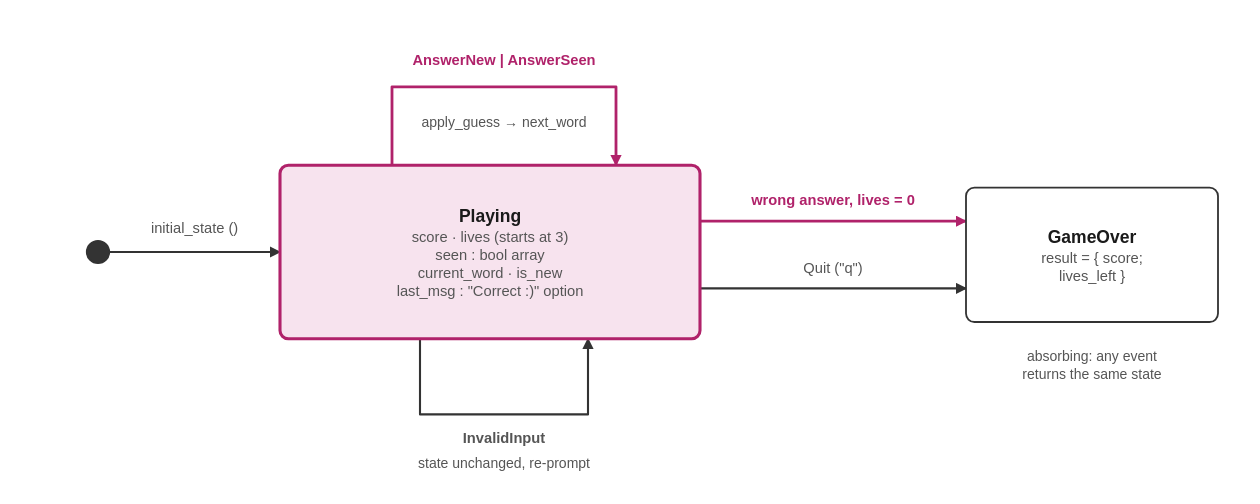
mcorgi/mcorgi.github.io keeps this draw.io diagram as public/diagrams/camel-verbal-state-machine.drawio.svg. Above is the earlier version. Source tidied: cells renumbered, new cells last; positions are measured from the earlier drawing's top-left corner, leaving out a move shared by most shapes. Source of this version:
```xml
<mxGraphModel background="#ffffff">
  <root>
    <mxCell id="0" />
    <mxCell id="1" parent="0" />
    <mxCell id="2" style="html=1;rounded=0;strokeColor=#333333;strokeWidth=1.5;endArrow=block;endFill=1;startArrow=none;startFill=1;exitX=1.0;exitY=0.5;exitDx=0;exitDy=0;exitPerimeter=0;entryX=0.0;entryY=0.5;entryDx=0;entryDy=0;entryPerimeter=0;" parent="1" edge="1" source="7" target="8">
      <mxGeometry relative="1" as="geometry" />
    </mxCell>
    <mxCell id="3" style="html=1;rounded=0;strokeColor=#b0226a;strokeWidth=2.0;endArrow=block;endFill=1;startArrow=none;startFill=1;exitX=0.2667;exitY=0.0;exitDx=0;exitDy=0;exitPerimeter=0;entryX=0.8;entryY=0.0;entryDx=0;entryDy=0;entryPerimeter=0;" parent="1" edge="1" source="8" target="8">
      <mxGeometry relative="1" as="geometry">
        <Array as="points">
          <mxPoint x="218" y="27" />
          <mxPoint x="378" y="27" />
        </Array>
      </mxGeometry>
    </mxCell>
    <mxCell id="4" style="html=1;rounded=0;strokeColor=#333333;strokeWidth=1.5;endArrow=block;endFill=1;startArrow=none;startFill=1;exitX=0.3333;exitY=1.0;exitDx=0;exitDy=0;exitPerimeter=0;entryX=0.7333;entryY=1.0;entryDx=0;entryDy=0;entryPerimeter=0;" parent="1" edge="1" source="8" target="8">
      <mxGeometry relative="1" as="geometry">
        <Array as="points">
          <mxPoint x="238" y="261" />
          <mxPoint x="358" y="261" />
        </Array>
      </mxGeometry>
    </mxCell>
    <mxCell id="5" style="html=1;rounded=0;strokeColor=#b0226a;strokeWidth=2.0;endArrow=block;endFill=1;startArrow=none;startFill=1;exitX=1.0;exitY=0.3226;exitDx=0;exitDy=0;exitPerimeter=0;entryX=0.0;entryY=0.25;entryDx=0;entryDy=0;entryPerimeter=0;" parent="1" edge="1" source="8" target="9">
      <mxGeometry relative="1" as="geometry" />
    </mxCell>
    <mxCell id="6" style="html=1;rounded=0;strokeColor=#333333;strokeWidth=1.5;endArrow=block;endFill=1;startArrow=none;startFill=1;exitX=1.0;exitY=0.7097;exitDx=0;exitDy=0;exitPerimeter=0;entryX=0.0;entryY=0.75;entryDx=0;entryDy=0;entryPerimeter=0;" parent="1" edge="1" source="8" target="9">
      <mxGeometry relative="1" as="geometry" />
    </mxCell>
    <mxCell id="7" style="ellipse;whiteSpace=wrap;html=1;fontSize=12.5;fontColor=#1a1a1a;rounded=1;arcSize=10;fillColor=#333333;strokeColor=#333333;strokeWidth=1.3;" parent="1" vertex="1">
      <mxGeometry y="137" width="16" height="16" as="geometry" />
    </mxCell>
    <mxCell id="8" value="&lt;b&gt;Playing&lt;/b&gt;&lt;br&gt;&lt;font style=&quot;font-size:10px&quot; color=&quot;#555555&quot;&gt;score · lives (starts at 3)&lt;br&gt;seen : bool array&lt;br&gt;current_word · is_new&lt;br&gt;last_msg : &amp;quot;Correct :)&amp;quot; option&lt;/font&gt;" style="whiteSpace=wrap;html=1;fontSize=12.5;fontColor=#1a1a1a;rounded=1;arcSize=10;fillColor=#f7e3ee;strokeColor=#b0226a;strokeWidth=2.2;" parent="1" vertex="1">
      <mxGeometry x="138" y="83" width="300" height="124" as="geometry" />
    </mxCell>
    <mxCell id="9" value="&lt;b&gt;GameOver&lt;/b&gt;&lt;br&gt;&lt;font style=&quot;font-size:10px&quot; color=&quot;#555555&quot;&gt;result = { score;&lt;br&gt;lives_left }&lt;/font&gt;" style="whiteSpace=wrap;html=1;fontSize=12.5;fontColor=#1a1a1a;rounded=1;arcSize=10;fillColor=#ffffff;strokeColor=#333333;strokeWidth=1.3;" parent="1" vertex="1">
      <mxGeometry x="628" y="99" width="180" height="96" as="geometry" />
    </mxCell>
    <mxCell id="10" value="initial_state ()" style="text;html=1;align=center;verticalAlign=middle;fontSize=10.5;fontColor=#555555;labelBackgroundColor=#ffffff;spacing=0;" parent="1" vertex="1">
      <mxGeometry x="26" y="120.2" width="102.1" height="17.5" as="geometry" />
    </mxCell>
    <mxCell id="11" value="&lt;b&gt;AnswerNew | AnswerSeen&lt;/b&gt;" style="text;html=1;align=center;verticalAlign=middle;fontSize=10.5;fontColor=#b0226a;spacing=0;" parent="1" vertex="1">
      <mxGeometry x="229.3" y="0.2" width="137.4" height="17.5" as="geometry" />
    </mxCell>
    <mxCell id="12" value="apply_guess → next_word" style="text;html=1;align=center;verticalAlign=middle;fontSize=10;fontColor=#555555;spacing=0;" parent="1" vertex="1">
      <mxGeometry x="229.6" y="44.5" width="136.8" height="17" as="geometry" />
    </mxCell>
    <mxCell id="13" value="&lt;b&gt;InvalidInput&lt;/b&gt;" style="text;html=1;align=center;verticalAlign=middle;fontSize=10.5;fontColor=#555555;spacing=0;" parent="1" vertex="1">
      <mxGeometry x="258.7" y="270.2" width="78.6" height="17.5" as="geometry" />
    </mxCell>
    <mxCell id="14" value="state unchanged, re-prompt" style="text;html=1;align=center;verticalAlign=middle;fontSize=10;fontColor=#555555;spacing=0;" parent="1" vertex="1">
      <mxGeometry x="221.2" y="288.5" width="153.6" height="17" as="geometry" />
    </mxCell>
    <mxCell id="15" value="&lt;b&gt;wrong answer, lives = 0&lt;/b&gt;" style="text;html=1;align=center;verticalAlign=middle;fontSize=10.5;fontColor=#b0226a;spacing=0;" parent="1" vertex="1">
      <mxGeometry x="461.4" y="100.2" width="143.2" height="17.5" as="geometry" />
    </mxCell>
    <mxCell id="16" value="Quit (&amp;quot;q&amp;quot;)" style="text;html=1;align=center;verticalAlign=middle;fontSize=10.5;fontColor=#555555;spacing=0;" parent="1" vertex="1">
      <mxGeometry x="499.6" y="148.2" width="66.8" height="17.5" as="geometry" />
    </mxCell>
    <mxCell id="17" value="absorbing: any event&lt;br&gt;returns the same state" style="text;html=1;align=center;verticalAlign=middle;fontSize=10;fontColor=#555555;spacing=0;" parent="1" vertex="1">
      <mxGeometry x="652.4" y="212" width="131.2" height="30" as="geometry" />
    </mxCell>
  </root>
</mxGraphModel>
```
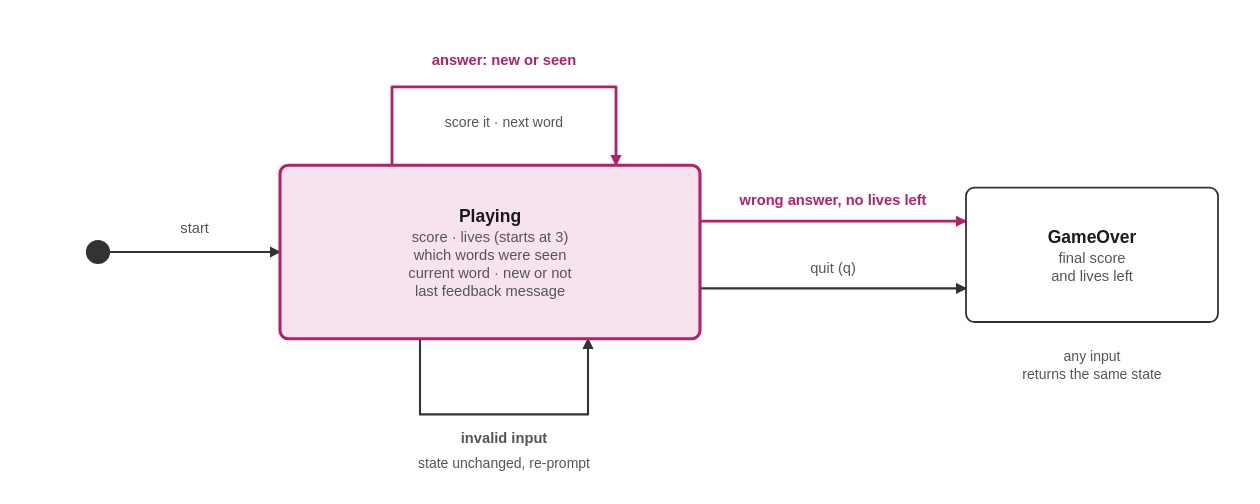
After the commit.

Diff of the diagram source:
```diff
@@ -30,34 +30,34 @@
     <mxCell id="7" style="ellipse;whiteSpace=wrap;html=1;fontSize=12.5;fontColor=#1a1a1a;rounded=1;arcSize=10;fillColor=#333333;strokeColor=#333333;strokeWidth=1.3;" parent="1" vertex="1">
       <mxGeometry y="137" width="16" height="16" as="geometry" />
     </mxCell>
-    <mxCell id="8" value="&lt;b&gt;Playing&lt;/b&gt;&lt;br&gt;&lt;font style=&quot;font-size:10px&quot; color=&quot;#555555&quot;&gt;score · lives (starts at 3)&lt;br&gt;seen : bool array&lt;br&gt;current_word · is_new&lt;br&gt;last_msg : &amp;quot;Correct :)&amp;quot; option&lt;/font&gt;" style="whiteSpace=wrap;html=1;fontSize=12.5;fontColor=#1a1a1a;rounded=1;arcSize=10;fillColor=#f7e3ee;strokeColor=#b0226a;strokeWidth=2.2;" parent="1" vertex="1">
+    <mxCell id="8" value="&lt;b&gt;Playing&lt;/b&gt;&lt;br&gt;&lt;font style=&quot;font-size:10px&quot; color=&quot;#555555&quot;&gt;score · lives (starts at 3)&lt;br&gt;which words were seen&lt;br&gt;current word · new or not&lt;br&gt;last feedback message&lt;/font&gt;" style="whiteSpace=wrap;html=1;fontSize=12.5;fontColor=#1a1a1a;rounded=1;arcSize=10;fillColor=#f7e3ee;strokeColor=#b0226a;strokeWidth=2.2;" parent="1" vertex="1">
       <mxGeometry x="138" y="83" width="300" height="124" as="geometry" />
     </mxCell>
-    <mxCell id="9" value="&lt;b&gt;GameOver&lt;/b&gt;&lt;br&gt;&lt;font style=&quot;font-size:10px&quot; color=&quot;#555555&quot;&gt;result = { score;&lt;br&gt;lives_left }&lt;/font&gt;" style="whiteSpace=wrap;html=1;fontSize=12.5;fontColor=#1a1a1a;rounded=1;arcSize=10;fillColor=#ffffff;strokeColor=#333333;strokeWidth=1.3;" parent="1" vertex="1">
+    <mxCell id="9" value="&lt;b&gt;GameOver&lt;/b&gt;&lt;br&gt;&lt;font style=&quot;font-size:10px&quot; color=&quot;#555555&quot;&gt;final score&lt;br&gt;and lives left&lt;/font&gt;" style="whiteSpace=wrap;html=1;fontSize=12.5;fontColor=#1a1a1a;rounded=1;arcSize=10;fillColor=#ffffff;strokeColor=#333333;strokeWidth=1.3;" parent="1" vertex="1">
       <mxGeometry x="628" y="99" width="180" height="96" as="geometry" />
     </mxCell>
-    <mxCell id="10" value="initial_state ()" style="text;html=1;align=center;verticalAlign=middle;fontSize=10.5;fontColor=#555555;labelBackgroundColor=#ffffff;spacing=0;" parent="1" vertex="1">
+    <mxCell id="10" value="start" style="text;html=1;align=center;verticalAlign=middle;fontSize=10.5;fontColor=#555555;labelBackgroundColor=#ffffff;spacing=0;" parent="1" vertex="1">
       <mxGeometry x="26" y="120.2" width="102.1" height="17.5" as="geometry" />
     </mxCell>
-    <mxCell id="11" value="&lt;b&gt;AnswerNew | AnswerSeen&lt;/b&gt;" style="text;html=1;align=center;verticalAlign=middle;fontSize=10.5;fontColor=#b0226a;spacing=0;" parent="1" vertex="1">
+    <mxCell id="11" value="&lt;b&gt;answer: new or seen&lt;/b&gt;" style="text;html=1;align=center;verticalAlign=middle;fontSize=10.5;fontColor=#b0226a;spacing=0;" parent="1" vertex="1">
       <mxGeometry x="229.3" y="0.2" width="137.4" height="17.5" as="geometry" />
     </mxCell>
-    <mxCell id="12" value="apply_guess → next_word" style="text;html=1;align=center;verticalAlign=middle;fontSize=10;fontColor=#555555;spacing=0;" parent="1" vertex="1">
+    <mxCell id="12" value="score it · next word" style="text;html=1;align=center;verticalAlign=middle;fontSize=10;fontColor=#555555;spacing=0;" parent="1" vertex="1">
       <mxGeometry x="229.6" y="44.5" width="136.8" height="17" as="geometry" />
     </mxCell>
-    <mxCell id="13" value="&lt;b&gt;InvalidInput&lt;/b&gt;" style="text;html=1;align=center;verticalAlign=middle;fontSize=10.5;fontColor=#555555;spacing=0;" parent="1" vertex="1">
+    <mxCell id="13" value="&lt;b&gt;invalid input&lt;/b&gt;" style="text;html=1;align=center;verticalAlign=middle;fontSize=10.5;fontColor=#555555;spacing=0;" parent="1" vertex="1">
       <mxGeometry x="258.7" y="270.2" width="78.6" height="17.5" as="geometry" />
     </mxCell>
     <mxCell id="14" value="state unchanged, re-prompt" style="text;html=1;align=center;verticalAlign=middle;fontSize=10;fontColor=#555555;spacing=0;" parent="1" vertex="1">
       <mxGeometry x="221.2" y="288.5" width="153.6" height="17" as="geometry" />
     </mxCell>
-    <mxCell id="15" value="&lt;b&gt;wrong answer, lives = 0&lt;/b&gt;" style="text;html=1;align=center;verticalAlign=middle;fontSize=10.5;fontColor=#b0226a;spacing=0;" parent="1" vertex="1">
+    <mxCell id="15" value="&lt;b&gt;wrong answer, no lives left&lt;/b&gt;" style="text;html=1;align=center;verticalAlign=middle;fontSize=10.5;fontColor=#b0226a;spacing=0;" parent="1" vertex="1">
       <mxGeometry x="461.4" y="100.2" width="143.2" height="17.5" as="geometry" />
     </mxCell>
-    <mxCell id="16" value="Quit (&amp;quot;q&amp;quot;)" style="text;html=1;align=center;verticalAlign=middle;fontSize=10.5;fontColor=#555555;spacing=0;" parent="1" vertex="1">
+    <mxCell id="16" value="quit (q)" style="text;html=1;align=center;verticalAlign=middle;fontSize=10.5;fontColor=#555555;spacing=0;" parent="1" vertex="1">
       <mxGeometry x="499.6" y="148.2" width="66.8" height="17.5" as="geometry" />
     </mxCell>
-    <mxCell id="17" value="absorbing: any event&lt;br&gt;returns the same state" style="text;html=1;align=center;verticalAlign=middle;fontSize=10;fontColor=#555555;spacing=0;" parent="1" vertex="1">
+    <mxCell id="17" value="any input&lt;br&gt;returns the same state" style="text;html=1;align=center;verticalAlign=middle;fontSize=10;fontColor=#555555;spacing=0;" parent="1" vertex="1">
       <mxGeometry x="652.4" y="212" width="131.2" height="30" as="geometry" />
     </mxCell>
   </root>
```
